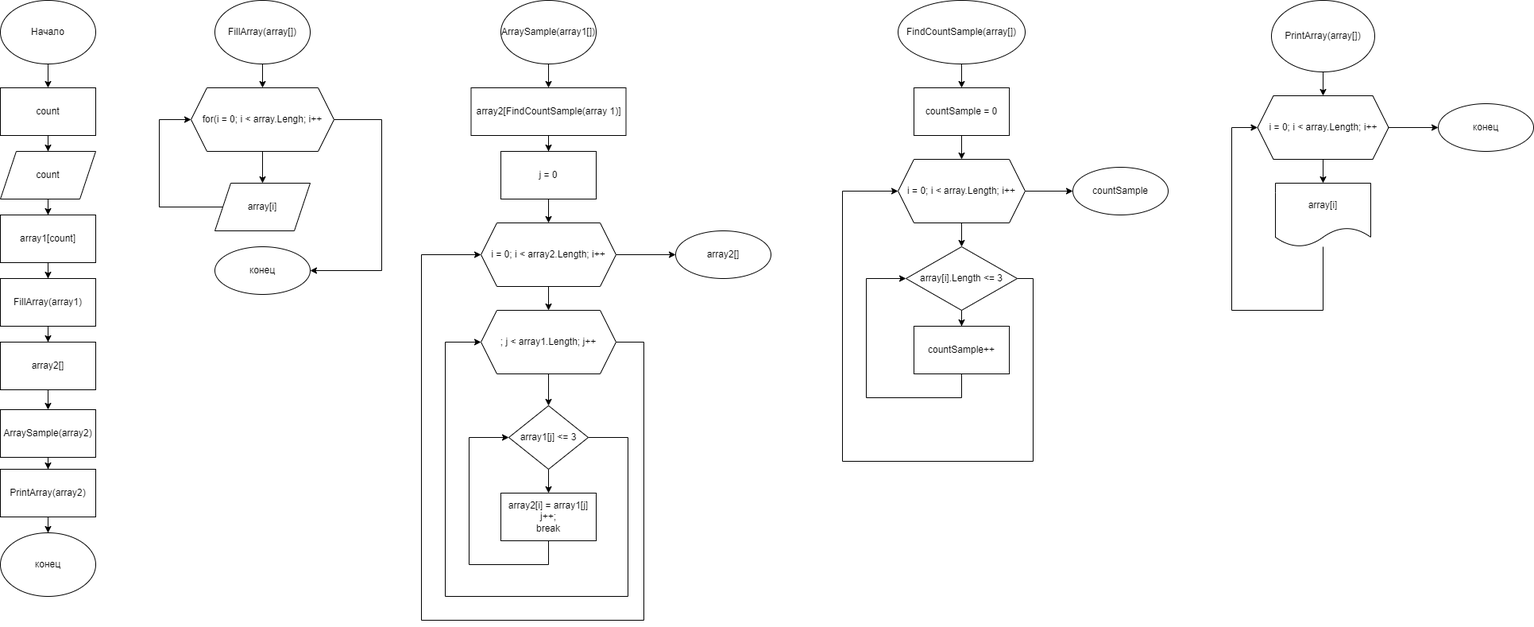
SergeyK230/Specialization keeps this draw.io diagram as Untitled Diagram.drawio.png. Above is the earlier version. Source tidied: cells renumbered, new cells last; positions are measured from the earlier drawing's top-left corner, leaving out a move shared by most shapes.
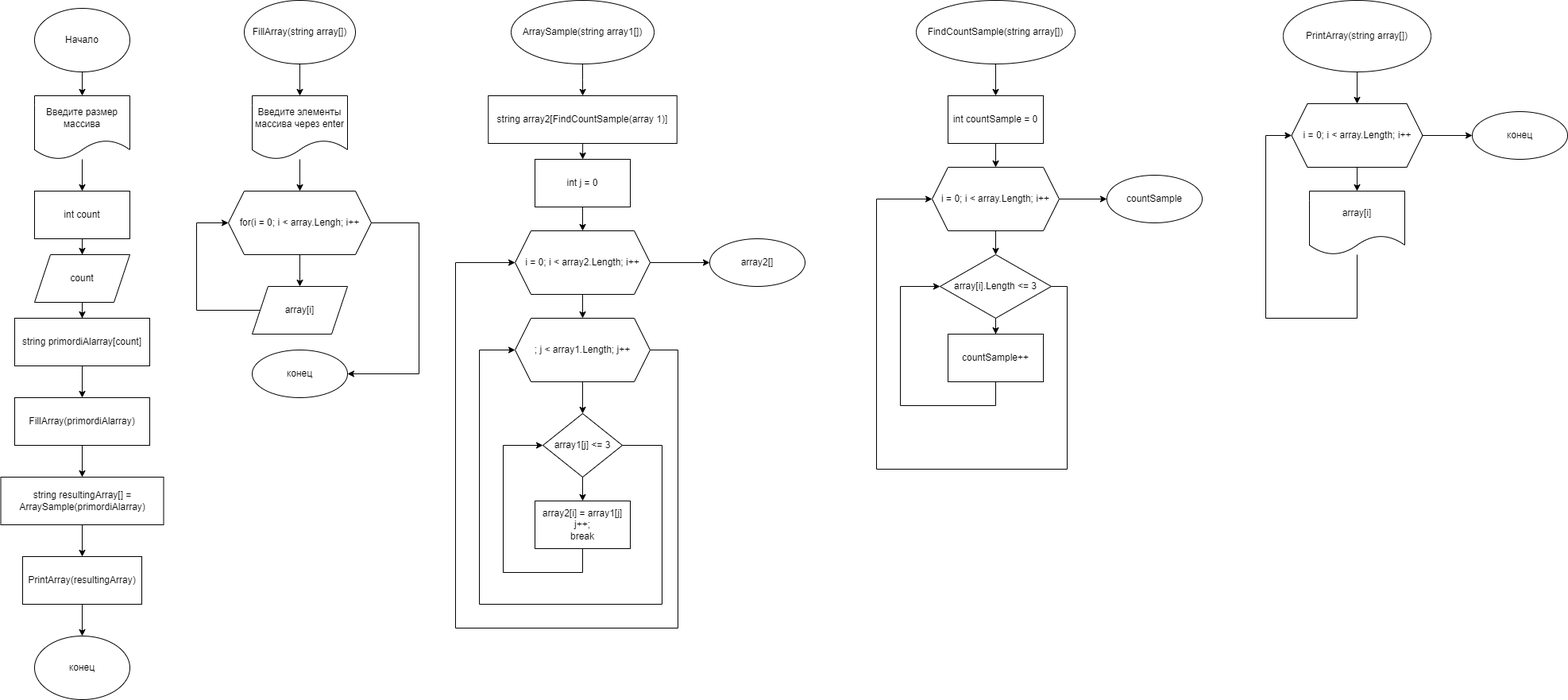
After the commit.

Diff of the diagram source:
```diff
@@ -2,62 +2,56 @@
   <root>
     <mxCell id="0" />
     <mxCell id="1" parent="0" />
-    <mxCell id="2" style="edgeStyle=orthogonalEdgeStyle;rounded=0;jettySize=auto;html=1;" parent="1" edge="1" source="3" target="6">
-      <mxGeometry relative="1" as="geometry" />
-    </mxCell>
+    <mxCell id="66" style="edgeStyle=orthogonalEdgeStyle;rounded=0;jettySize=auto;html=1;fontColor=#FFFFFF;" parent="1" edge="1" source="3" target="70">
+      <mxGeometry relative="1" as="geometry" />
+    </mxCell>
     <mxCell id="3" value="Начало" style="ellipse;whiteSpace=wrap;html=1;" parent="1" vertex="1">
       <mxGeometry width="120" height="80" as="geometry" />
     </mxCell>
     <mxCell id="4" value="конец" style="ellipse;whiteSpace=wrap;html=1;" parent="1" vertex="1">
-      <mxGeometry y="670" width="120" height="80" as="geometry" />
+      <mxGeometry y="790" width="120" height="80" as="geometry" />
     </mxCell>
     <mxCell id="5" style="edgeStyle=orthogonalEdgeStyle;rounded=0;jettySize=auto;html=1;" parent="1" edge="1" source="6" target="8">
       <mxGeometry relative="1" as="geometry" />
     </mxCell>
-    <mxCell id="6" value="count" style="whiteSpace=wrap;html=1;" parent="1" vertex="1">
-      <mxGeometry y="110" width="120" height="60" as="geometry" />
+    <mxCell id="6" value="int count" style="whiteSpace=wrap;html=1;" parent="1" vertex="1">
+      <mxGeometry y="230" width="120" height="60" as="geometry" />
     </mxCell>
     <mxCell id="7" style="edgeStyle=orthogonalEdgeStyle;rounded=0;jettySize=auto;html=1;" parent="1" edge="1" source="8" target="10">
       <mxGeometry relative="1" as="geometry" />
     </mxCell>
     <mxCell id="8" value="count" style="shape=parallelogram;perimeter=parallelogramPerimeter;whiteSpace=wrap;html=1;fixedSize=1;" parent="1" vertex="1">
-      <mxGeometry y="190" width="120" height="60" as="geometry" />
+      <mxGeometry y="310" width="120" height="60" as="geometry" />
     </mxCell>
     <mxCell id="9" style="edgeStyle=orthogonalEdgeStyle;rounded=0;jettySize=auto;html=1;" parent="1" edge="1" source="10" target="12">
       <mxGeometry relative="1" as="geometry" />
     </mxCell>
-    <mxCell id="10" value="array1[count]" style="whiteSpace=wrap;html=1;" parent="1" vertex="1">
-      <mxGeometry y="270" width="120" height="60" as="geometry" />
+    <mxCell id="10" value="string primordiAlarray[count]" style="whiteSpace=wrap;html=1;" parent="1" vertex="1">
+      <mxGeometry x="-25" y="390" width="170" height="60" as="geometry" />
     </mxCell>
-    <mxCell id="11" style="edgeStyle=orthogonalEdgeStyle;rounded=0;jettySize=auto;html=1;" parent="1" edge="1" source="12" target="14">
+    <mxCell id="11" style="edgeStyle=orthogonalEdgeStyle;rounded=0;jettySize=auto;html=1;fontColor=#FFFFFF;" parent="1" edge="1" source="12" target="14">
       <mxGeometry relative="1" as="geometry" />
     </mxCell>
-    <mxCell id="12" value="FillArray(array1)" style="whiteSpace=wrap;html=1;" parent="1" vertex="1">
-      <mxGeometry y="350" width="120" height="60" as="geometry" />
+    <mxCell id="12" value="FillArray(primordiAlarray)" style="whiteSpace=wrap;html=1;" parent="1" vertex="1">
+      <mxGeometry x="-25" y="490" width="170" height="60" as="geometry" />
     </mxCell>
-    <mxCell id="13" style="edgeStyle=orthogonalEdgeStyle;rounded=0;jettySize=auto;html=1;" parent="1" edge="1" source="14" target="16">
-      <mxGeometry relative="1" as="geometry" />
-    </mxCell>
+    <mxCell id="67" style="edgeStyle=orthogonalEdgeStyle;rounded=0;jettySize=auto;html=1;fontColor=#FFFFFF;" parent="1" edge="1" source="14" target="18">
+      <mxGeometry relative="1" as="geometry" />
+    </mxCell>
-    <mxCell id="14" value="array2[]" style="whiteSpace=wrap;html=1;" parent="1" vertex="1">
-      <mxGeometry y="430" width="120" height="60" as="geometry" />
+    <mxCell id="14" value="string resultingArray[] = ArraySample(primordiAlarray)" style="whiteSpace=wrap;html=1;" parent="1" vertex="1">
+      <mxGeometry x="-42.5" y="590" width="205" height="60" as="geometry" />
     </mxCell>
-    <mxCell id="15" style="edgeStyle=orthogonalEdgeStyle;rounded=0;jettySize=auto;html=1;" parent="1" edge="1" source="16" target="18">
-      <mxGeometry relative="1" as="geometry" />
-    </mxCell>
-    <mxCell id="16" value="ArraySample(array2)" style="whiteSpace=wrap;html=1;" parent="1" vertex="1">
-      <mxGeometry y="515" width="120" height="60" as="geometry" />
-    </mxCell>
-    <mxCell id="17" style="edgeStyle=orthogonalEdgeStyle;rounded=0;jettySize=auto;html=1;" parent="1" edge="1" source="18" target="4">
+    <mxCell id="17" style="edgeStyle=orthogonalEdgeStyle;rounded=0;jettySize=auto;html=1;fontColor=#FFFFFF;" parent="1" edge="1" source="18" target="4">
       <mxGeometry relative="1" as="geometry" />
     </mxCell>
-    <mxCell id="18" value="PrintArray(array2)" style="whiteSpace=wrap;html=1;" parent="1" vertex="1">
-      <mxGeometry y="590" width="120" height="60" as="geometry" />
+    <mxCell id="18" value="PrintArray(resultingArray)" style="whiteSpace=wrap;html=1;" parent="1" vertex="1">
+      <mxGeometry x="-15" y="690" width="150" height="60" as="geometry" />
     </mxCell>
-    <mxCell id="19" style="edgeStyle=orthogonalEdgeStyle;rounded=0;jettySize=auto;html=1;" parent="1" edge="1" source="20" target="23">
-      <mxGeometry relative="1" as="geometry" />
-    </mxCell>
+    <mxCell id="68" style="edgeStyle=orthogonalEdgeStyle;rounded=0;jettySize=auto;html=1;fontColor=#FFFFFF;" parent="1" edge="1" source="20" target="72">
+      <mxGeometry relative="1" as="geometry" />
+    </mxCell>
-    <mxCell id="20" value="FillArray(array[])" style="ellipse;whiteSpace=wrap;html=1;" parent="1" vertex="1">
-      <mxGeometry x="270" width="120" height="80" as="geometry" />
+    <mxCell id="20" value="FillArray(string array[])" style="ellipse;whiteSpace=wrap;html=1;" parent="1" vertex="1">
+      <mxGeometry x="264" y="-10" width="140" height="80" as="geometry" />
     </mxCell>
     <mxCell id="21" style="edgeStyle=orthogonalEdgeStyle;rounded=0;jettySize=auto;html=1;" parent="1" edge="1" source="23" target="25">
       <mxGeometry relative="1" as="geometry" />
@@ -65,44 +59,44 @@
     <mxCell id="22" style="edgeStyle=orthogonalEdgeStyle;rounded=0;jettySize=auto;html=1;" parent="1" edge="1" source="23" target="26">
       <mxGeometry relative="1" as="geometry">
         <Array as="points">
-          <mxPoint x="480" y="150" />
-          <mxPoint x="480" y="340" />
+          <mxPoint x="484" y="270" />
+          <mxPoint x="484" y="460" />
         </Array>
       </mxGeometry>
     </mxCell>
     <mxCell id="23" value="for(i = 0; i &amp;lt; array.Lengh; i++" style="shape=hexagon;perimeter=hexagonPerimeter2;whiteSpace=wrap;html=1;fixedSize=1;" parent="1" vertex="1">
-      <mxGeometry x="240" y="110" width="180" height="80" as="geometry" />
+      <mxGeometry x="244" y="230" width="180" height="80" as="geometry" />
     </mxCell>
     <mxCell id="24" style="edgeStyle=orthogonalEdgeStyle;rounded=0;jettySize=auto;html=1;entryX=0;entryY=0.5;entryDx=0;entryDy=0;" parent="1" edge="1" source="25" target="23">
       <mxGeometry relative="1" as="geometry">
         <Array as="points">
-          <mxPoint x="200" y="260" />
-          <mxPoint x="200" y="150" />
+          <mxPoint x="204" y="380" />
+          <mxPoint x="204" y="270" />
         </Array>
       </mxGeometry>
     </mxCell>
     <mxCell id="25" value="array[i]" style="shape=parallelogram;perimeter=parallelogramPerimeter;whiteSpace=wrap;html=1;fixedSize=1;" parent="1" vertex="1">
-      <mxGeometry x="270" y="230" width="120" height="60" as="geometry" />
+      <mxGeometry x="274" y="350" width="120" height="60" as="geometry" />
     </mxCell>
     <mxCell id="26" value="конец" style="ellipse;whiteSpace=wrap;html=1;" parent="1" vertex="1">
-      <mxGeometry x="270" y="310" width="120" height="60" as="geometry" />
+      <mxGeometry x="274" y="430" width="120" height="60" as="geometry" />
     </mxCell>
     <mxCell id="27" style="edgeStyle=orthogonalEdgeStyle;rounded=0;jettySize=auto;html=1;fontColor=#FFFFFF;" parent="1" edge="1" source="28" target="30">
       <mxGeometry relative="1" as="geometry" />
     </mxCell>
-    <mxCell id="28" value="ArraySample(array1[])" style="ellipse;whiteSpace=wrap;html=1;" parent="1" vertex="1">
-      <mxGeometry x="630" width="120" height="80" as="geometry" />
+    <mxCell id="28" value="ArraySample(string array1[])" style="ellipse;whiteSpace=wrap;html=1;" parent="1" vertex="1">
+      <mxGeometry x="600" y="-10" width="180" height="80" as="geometry" />
     </mxCell>
     <mxCell id="29" style="edgeStyle=orthogonalEdgeStyle;rounded=0;jettySize=auto;html=1;fontColor=#FFFFFF;" parent="1" edge="1" source="30" target="32">
       <mxGeometry relative="1" as="geometry" />
     </mxCell>
-    <mxCell id="30" value="array2[FindCountSample(array 1)]" style="whiteSpace=wrap;html=1;" parent="1" vertex="1">
-      <mxGeometry x="592.5" y="110" width="195" height="60" as="geometry" />
+    <mxCell id="30" value="string array2[FindCountSample(array 1)]" style="whiteSpace=wrap;html=1;" parent="1" vertex="1">
+      <mxGeometry x="571.2" y="110" width="237.5" height="60" as="geometry" />
     </mxCell>
     <mxCell id="31" style="edgeStyle=orthogonalEdgeStyle;rounded=0;jettySize=auto;html=1;fontColor=#FFFFFF;" parent="1" edge="1" source="32" target="35">
       <mxGeometry relative="1" as="geometry" />
     </mxCell>
-    <mxCell id="32" value="j = 0" style="whiteSpace=wrap;html=1;" parent="1" vertex="1">
+    <mxCell id="32" value="int j = 0" style="whiteSpace=wrap;html=1;" parent="1" vertex="1">
       <mxGeometry x="630" y="190" width="120" height="60" as="geometry" />
     </mxCell>
     <mxCell id="33" style="edgeStyle=orthogonalEdgeStyle;rounded=0;jettySize=auto;html=1;fontColor=#FFFFFF;" parent="1" edge="1" source="35" target="38">
@@ -164,13 +158,13 @@
     <mxCell id="45" style="edgeStyle=orthogonalEdgeStyle;rounded=0;jettySize=auto;html=1;fontColor=#FFFFFF;" parent="1" edge="1" source="46" target="48">
       <mxGeometry relative="1" as="geometry" />
     </mxCell>
-    <mxCell id="46" value="FindCountSample(array[])" style="ellipse;whiteSpace=wrap;html=1;" parent="1" vertex="1">
-      <mxGeometry x="1130" width="160" height="80" as="geometry" />
+    <mxCell id="46" value="FindCountSample(string array[])" style="ellipse;whiteSpace=wrap;html=1;" parent="1" vertex="1">
+      <mxGeometry x="1110" y="-10" width="200" height="80" as="geometry" />
     </mxCell>
     <mxCell id="47" style="edgeStyle=orthogonalEdgeStyle;rounded=0;jettySize=auto;html=1;fontColor=#FFFFFF;" parent="1" edge="1" source="48" target="51">
       <mxGeometry relative="1" as="geometry" />
     </mxCell>
-    <mxCell id="48" value="countSample = 0" style="whiteSpace=wrap;html=1;" parent="1" vertex="1">
+    <mxCell id="48" value="int countSample = 0" style="whiteSpace=wrap;html=1;" parent="1" vertex="1">
       <mxGeometry x="1150" y="110" width="120" height="60" as="geometry" />
     </mxCell>
     <mxCell id="49" style="edgeStyle=orthogonalEdgeStyle;rounded=0;jettySize=auto;html=1;fontColor=#FFFFFF;" parent="1" edge="1" source="51" target="54">
@@ -216,8 +210,8 @@
     <mxCell id="58" style="edgeStyle=orthogonalEdgeStyle;rounded=0;jettySize=auto;html=1;fontColor=#050505;" parent="1" edge="1" source="59" target="62">
       <mxGeometry relative="1" as="geometry" />
     </mxCell>
-    <mxCell id="59" value="&lt;font color=&quot;#050505&quot;&gt;PrintArray(array[])&lt;/font&gt;" style="ellipse;whiteSpace=wrap;html=1;fontColor=#FFFFFF;fillColor=#FFFFFF;" parent="1" vertex="1">
-      <mxGeometry x="1600" width="130" height="90" as="geometry" />
+    <mxCell id="59" value="&lt;font color=&quot;#050505&quot;&gt;PrintArray(string array[])&lt;/font&gt;" style="ellipse;whiteSpace=wrap;html=1;fontColor=#FFFFFF;fillColor=#FFFFFF;" parent="1" vertex="1">
+      <mxGeometry x="1572" y="-10" width="186" height="90" as="geometry" />
     </mxCell>
     <mxCell id="60" style="edgeStyle=orthogonalEdgeStyle;rounded=0;jettySize=auto;html=1;fontColor=#050505;" parent="1" edge="1" source="62" target="64">
       <mxGeometry relative="1" as="geometry" />
@@ -243,5 +237,17 @@
     <mxCell id="65" value="&lt;font color=&quot;#050505&quot;&gt;конец&lt;/font&gt;" style="ellipse;whiteSpace=wrap;html=1;fillColor=#FFFFFF;fontColor=#FFFFFF;" parent="1" vertex="1">
       <mxGeometry x="1810" y="130" width="120" height="60" as="geometry" />
     </mxCell>
+    <mxCell id="69" style="edgeStyle=orthogonalEdgeStyle;rounded=0;jettySize=auto;html=1;fontColor=#FFFFFF;" parent="1" edge="1" source="70" target="6">
+      <mxGeometry relative="1" as="geometry" />
+    </mxCell>
+    <mxCell id="70" value="Введите размер массива" style="shape=document;whiteSpace=wrap;html=1;boundedLbl=1;" parent="1" vertex="1">
+      <mxGeometry y="110" width="120" height="80" as="geometry" />
+    </mxCell>
+    <mxCell id="71" style="edgeStyle=orthogonalEdgeStyle;rounded=0;jettySize=auto;html=1;fontColor=#FFFFFF;" parent="1" edge="1" source="72" target="23">
+      <mxGeometry relative="1" as="geometry" />
+    </mxCell>
+    <mxCell id="72" value="Введите элементы массива через enter" style="shape=document;whiteSpace=wrap;html=1;boundedLbl=1;" parent="1" vertex="1">
+      <mxGeometry x="274" y="110" width="120" height="80" as="geometry" />
+    </mxCell>
   </root>
 </mxGraphModel>
```
